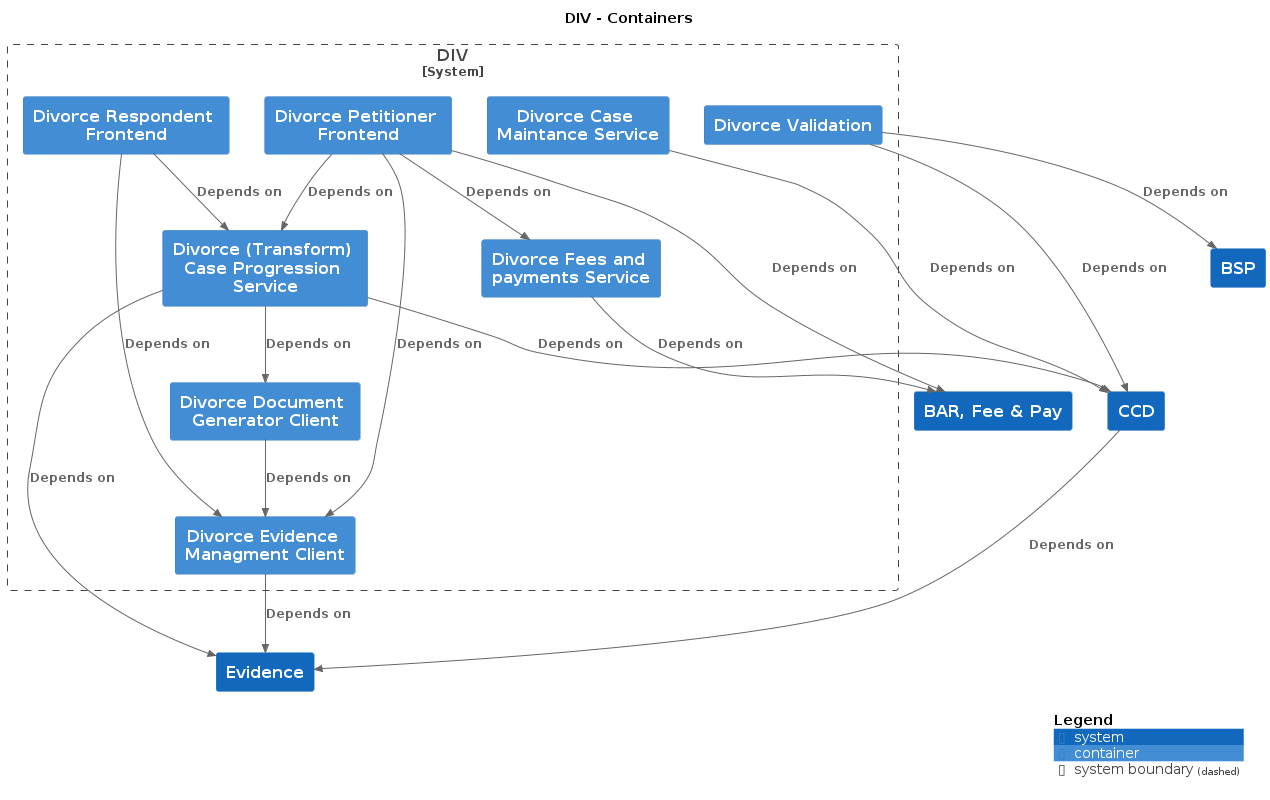
Before: docs/c4/div/images/structurizr-div-overview.png, a diagram exported from PlantUML (hmcts/cnp-api-docs). Source of this version:
```plantuml
@startuml
title DIV - Containers

top to bottom direction

!include https://raw.githubusercontent.com/plantuml-stdlib/C4-PlantUML/master/C4.puml
!include https://raw.githubusercontent.com/plantuml-stdlib/C4-PlantUML/master/C4_Context.puml
!include https://raw.githubusercontent.com/plantuml-stdlib/C4-PlantUML/master/C4_Container.puml

System(CCD, "CCD", "", $tags="")
System(BARFeePay, "BAR, Fee & Pay", "", $tags="")
System(BSP, "BSP", "", $tags="")
System(Evidence, "Evidence", "", $tags="")

System_Boundary("DIV_boundary", "DIV") {
  Container(DIV.DivorceEvidenceManagmentClient, "Divorce Evidence Managment Client", "", $tags="")
  Container(DIV.DivorceRespondentFrontend, "Divorce Respondent Frontend", "", $tags="")
  Container(DIV.DivorcePetitionerFrontend, "Divorce Petitioner Frontend", "", $tags="")
  Container(DIV.DivorceCaseMaintanceService, "Divorce Case Maintance Service", "", $tags="")
  Container(DIV.DivorceTransformCaseProgressionService, "Divorce (Transform) Case Progression Service", "", $tags="")
  Container(DIV.DivorceDocumentGeneratorClient, "Divorce Document Generator Client", "", $tags="")
  Container(DIV.DivorceFeesandpaymentsService, "Divorce Fees and payments Service", "", $tags="")
  Container(DIV.DivorceValidation, "Divorce Validation", "", $tags="")
}

Rel_D(CCD, Evidence, "Depends on", $tags="")
Rel_D(DIV.DivorceEvidenceManagmentClient, Evidence, "Depends on", $tags="")
Rel_D(DIV.DivorceRespondentFrontend, DIV.DivorceTransformCaseProgressionService, "Depends on", $tags="")
Rel_D(DIV.DivorceRespondentFrontend, DIV.DivorceEvidenceManagmentClient, "Depends on", $tags="")
Rel_D(DIV.DivorcePetitionerFrontend, DIV.DivorceTransformCaseProgressionService, "Depends on", $tags="")
Rel_D(DIV.DivorcePetitionerFrontend, DIV.DivorceEvidenceManagmentClient, "Depends on", $tags="")
Rel_D(DIV.DivorcePetitionerFrontend, DIV.DivorceFeesandpaymentsService, "Depends on", $tags="")
Rel_D(DIV.DivorcePetitionerFrontend, BARFeePay, "Depends on", $tags="")
Rel_D(DIV.DivorceCaseMaintanceService, CCD, "Depends on", $tags="")
Rel_D(DIV.DivorceTransformCaseProgressionService, CCD, "Depends on", $tags="")
Rel_D(DIV.DivorceTransformCaseProgressionService, DIV.DivorceDocumentGeneratorClient, "Depends on", $tags="")
Rel_D(DIV.DivorceTransformCaseProgressionService, Evidence, "Depends on", $tags="")
Rel_D(DIV.DivorceDocumentGeneratorClient, DIV.DivorceEvidenceManagmentClient, "Depends on", $tags="")
Rel_D(DIV.DivorceFeesandpaymentsService, BARFeePay, "Depends on", $tags="")
Rel_D(DIV.DivorceValidation, CCD, "Depends on", $tags="")
Rel_D(DIV.DivorceValidation, BSP, "Depends on", $tags="")

SHOW_DYNAMIC_LEGEND()
@enduml
```
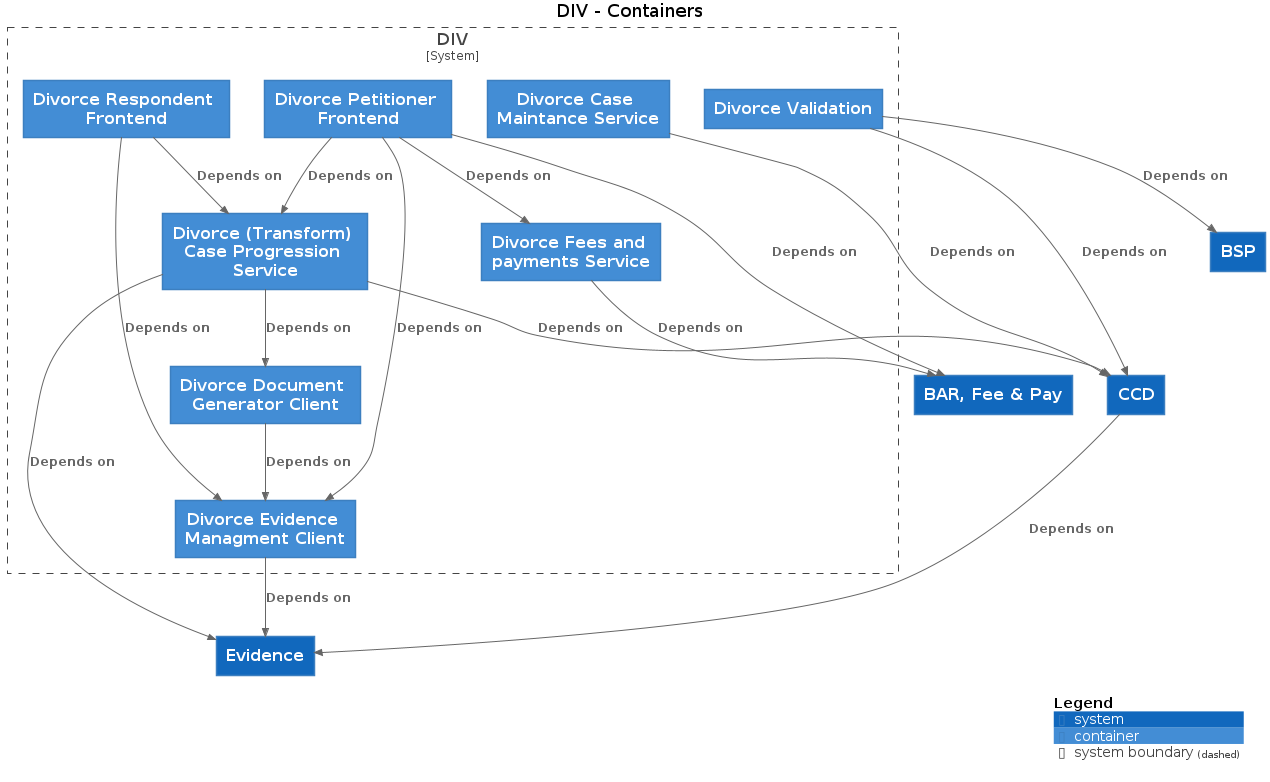
After the commit.

Change to the diagram source:
```diff
@@ -3,42 +3,42 @@
 
 top to bottom direction
 
-!include https://raw.githubusercontent.com/plantuml-stdlib/C4-PlantUML/master/C4.puml
-!include https://raw.githubusercontent.com/plantuml-stdlib/C4-PlantUML/master/C4_Context.puml
-!include https://raw.githubusercontent.com/plantuml-stdlib/C4-PlantUML/master/C4_Container.puml
+!includeurl https://raw.githubusercontent.com/plantuml-stdlib/C4-PlantUML/master/C4.puml
+!includeurl https://raw.githubusercontent.com/plantuml-stdlib/C4-PlantUML/master/C4_Context.puml
+!includeurl https://raw.githubusercontent.com/plantuml-stdlib/C4-PlantUML/master/C4_Container.puml
 
-System(CCD, "CCD", "", $tags="")
-System(BARFeePay, "BAR, Fee & Pay", "", $tags="")
-System(BSP, "BSP", "", $tags="")
-System(Evidence, "Evidence", "", $tags="")
+System(CCD, "CCD", "")
+System(BARFeePay, "BAR, Fee & Pay", "")
+System(BSP, "BSP", "")
+System(Evidence, "Evidence", "")
 
 System_Boundary("DIV_boundary", "DIV") {
-  Container(DIV.DivorceEvidenceManagmentClient, "Divorce Evidence Managment Client", "", $tags="")
-  Container(DIV.DivorceRespondentFrontend, "Divorce Respondent Frontend", "", $tags="")
-  Container(DIV.DivorcePetitionerFrontend, "Divorce Petitioner Frontend", "", $tags="")
-  Container(DIV.DivorceCaseMaintanceService, "Divorce Case Maintance Service", "", $tags="")
-  Container(DIV.DivorceTransformCaseProgressionService, "Divorce (Transform) Case Progression Service", "", $tags="")
-  Container(DIV.DivorceDocumentGeneratorClient, "Divorce Document Generator Client", "", $tags="")
-  Container(DIV.DivorceFeesandpaymentsService, "Divorce Fees and payments Service", "", $tags="")
-  Container(DIV.DivorceValidation, "Divorce Validation", "", $tags="")
+  Container(DIV.DivorceEvidenceManagmentClient, "Divorce Evidence Managment Client", "")
+  Container(DIV.DivorceRespondentFrontend, "Divorce Respondent Frontend", "")
+  Container(DIV.DivorcePetitionerFrontend, "Divorce Petitioner Frontend", "")
+  Container(DIV.DivorceCaseMaintanceService, "Divorce Case Maintance Service", "")
+  Container(DIV.DivorceTransformCaseProgressionService, "Divorce (Transform) Case Progression Service", "")
+  Container(DIV.DivorceDocumentGeneratorClient, "Divorce Document Generator Client", "")
+  Container(DIV.DivorceFeesandpaymentsService, "Divorce Fees and payments Service", "")
+  Container(DIV.DivorceValidation, "Divorce Validation", "")
 }
 
-Rel_D(CCD, Evidence, "Depends on", $tags="")
-Rel_D(DIV.DivorceEvidenceManagmentClient, Evidence, "Depends on", $tags="")
-Rel_D(DIV.DivorceRespondentFrontend, DIV.DivorceTransformCaseProgressionService, "Depends on", $tags="")
-Rel_D(DIV.DivorceRespondentFrontend, DIV.DivorceEvidenceManagmentClient, "Depends on", $tags="")
-Rel_D(DIV.DivorcePetitionerFrontend, DIV.DivorceTransformCaseProgressionService, "Depends on", $tags="")
-Rel_D(DIV.DivorcePetitionerFrontend, DIV.DivorceEvidenceManagmentClient, "Depends on", $tags="")
-Rel_D(DIV.DivorcePetitionerFrontend, DIV.DivorceFeesandpaymentsService, "Depends on", $tags="")
-Rel_D(DIV.DivorcePetitionerFrontend, BARFeePay, "Depends on", $tags="")
-Rel_D(DIV.DivorceCaseMaintanceService, CCD, "Depends on", $tags="")
-Rel_D(DIV.DivorceTransformCaseProgressionService, CCD, "Depends on", $tags="")
-Rel_D(DIV.DivorceTransformCaseProgressionService, DIV.DivorceDocumentGeneratorClient, "Depends on", $tags="")
-Rel_D(DIV.DivorceTransformCaseProgressionService, Evidence, "Depends on", $tags="")
-Rel_D(DIV.DivorceDocumentGeneratorClient, DIV.DivorceEvidenceManagmentClient, "Depends on", $tags="")
-Rel_D(DIV.DivorceFeesandpaymentsService, BARFeePay, "Depends on", $tags="")
-Rel_D(DIV.DivorceValidation, CCD, "Depends on", $tags="")
-Rel_D(DIV.DivorceValidation, BSP, "Depends on", $tags="")
+Rel_D(CCD, Evidence, "Depends on")
+Rel_D(DIV.DivorceEvidenceManagmentClient, Evidence, "Depends on")
+Rel_D(DIV.DivorceRespondentFrontend, DIV.DivorceTransformCaseProgressionService, "Depends on")
+Rel_D(DIV.DivorceRespondentFrontend, DIV.DivorceEvidenceManagmentClient, "Depends on")
+Rel_D(DIV.DivorcePetitionerFrontend, DIV.DivorceTransformCaseProgressionService, "Depends on")
+Rel_D(DIV.DivorcePetitionerFrontend, DIV.DivorceEvidenceManagmentClient, "Depends on")
+Rel_D(DIV.DivorcePetitionerFrontend, DIV.DivorceFeesandpaymentsService, "Depends on")
+Rel_D(DIV.DivorcePetitionerFrontend, BARFeePay, "Depends on")
+Rel_D(DIV.DivorceCaseMaintanceService, CCD, "Depends on")
+Rel_D(DIV.DivorceTransformCaseProgressionService, CCD, "Depends on")
+Rel_D(DIV.DivorceTransformCaseProgressionService, DIV.DivorceDocumentGeneratorClient, "Depends on")
+Rel_D(DIV.DivorceTransformCaseProgressionService, Evidence, "Depends on")
+Rel_D(DIV.DivorceDocumentGeneratorClient, DIV.DivorceEvidenceManagmentClient, "Depends on")
+Rel_D(DIV.DivorceFeesandpaymentsService, BARFeePay, "Depends on")
+Rel_D(DIV.DivorceValidation, CCD, "Depends on")
+Rel_D(DIV.DivorceValidation, BSP, "Depends on")
 
 SHOW_DYNAMIC_LEGEND()
 @enduml
```
